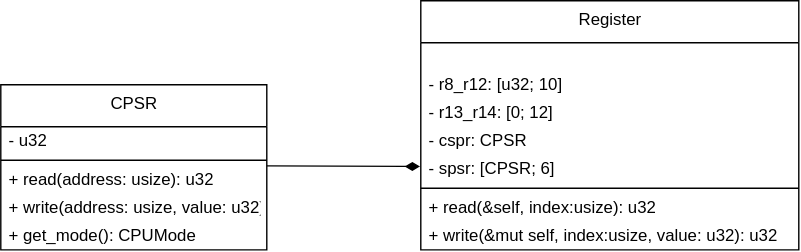
Above: images/class.drawio.svg in kk127/rust-gba (draw.io), before the change. Source tidied: cells renumbered, new cells last; positions are measured from the earlier drawing's top-left corner, leaving out a move shared by most shapes.
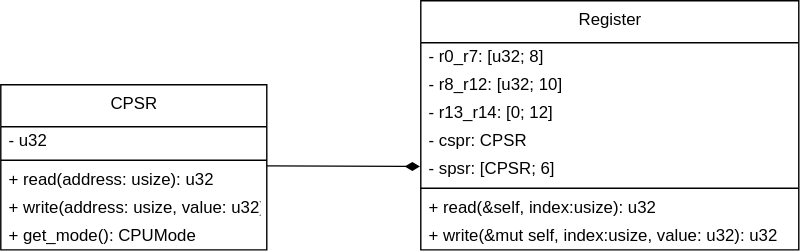
The same diagram one commit later.

Diff of the diagram source:
```diff
@@ -23,7 +23,7 @@
     <mxCell id="8" value="Register" style="swimlane;fontStyle=0;align=center;verticalAlign=top;horizontal=1;startSize=30;html=1;fillColor=none;gradientColor=#ffffff;" parent="1" vertex="1">
       <mxGeometry x="300" width="270" height="178" as="geometry" />
     </mxCell>
-    <mxCell id="9" value="&lt;font color=&quot;#ffffff&quot;&gt;- r0_r7: [u32; 8]&lt;/font&gt;" style="text;html=1;strokeColor=none;fillColor=none;align=left;verticalAlign=middle;spacingLeft=4;spacingRight=4;overflow=hidden;fontColor=#808080;" parent="8" vertex="1">
+    <mxCell id="9" value="&lt;font color=&quot;#000000&quot;&gt;- r0_r7: [u32; 8]&lt;/font&gt;" style="text;html=1;strokeColor=none;fillColor=none;align=left;verticalAlign=middle;spacingLeft=4;spacingRight=4;overflow=hidden;fontColor=#F0F0F0;" parent="8" vertex="1">
       <mxGeometry y="30" width="270" height="20" as="geometry" />
     </mxCell>
     <mxCell id="10" value="- r8_r12: [u32; 10]" style="text;html=1;strokeColor=none;fillColor=none;align=left;verticalAlign=middle;spacingLeft=4;spacingRight=4;overflow=hidden;" parent="8" vertex="1">
```
